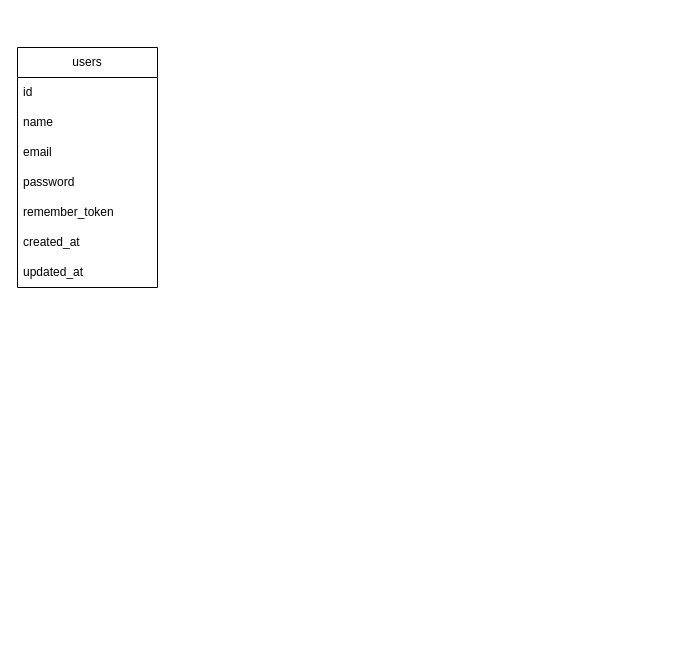
This is diagrams/Child Condition Share Application.drawio from DGarbs51/draw.io, a draw.io file, before an edit. Source tidied: cells renumbered, new cells numbered last; positions are measured from the earlier drawing's top-left corner, leaving out a move shared by most shapes. Both pictures are drawn from the tidied source at 100%, with x=0, y=0 at pixel (17, 47).
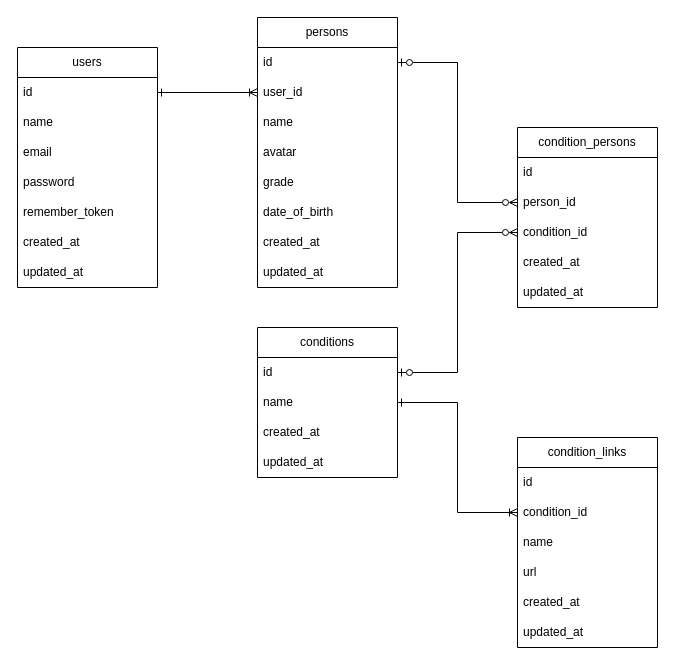
The same diagram, later.

Unchanged cells that the change refers to:
```xml
<mxCell id="3" value="id" style="text;strokeColor=none;fillColor=none;align=left;verticalAlign=middle;spacingLeft=4;spacingRight=4;overflow=hidden;points=[[0,0.5],[1,0.5]];portConstraint=eastwest;whiteSpace=wrap;html=1;" parent="2" vertex="1">
  <mxGeometry y="30" width="140" height="30" as="geometry" />
</mxCell>
```

The edit, as a diff of the source:
```diff
@@
+    <mxCell id="10" value="persons" style="swimlane;fontStyle=0;horizontal=1;startSize=30;whiteSpace=wrap;html=1;" parent="1" vertex="1">
+      <mxGeometry x="240" y="-30" width="140" height="270" as="geometry" />
+    </mxCell>
+    <mxCell id="11" value="id" style="text;strokeColor=none;fillColor=none;align=left;verticalAlign=middle;spacingLeft=4;spacingRight=4;overflow=hidden;points=[[0,0.5],[1,0.5]];portConstraint=eastwest;whiteSpace=wrap;html=1;" parent="10" vertex="1">
+      <mxGeometry y="30" width="140" height="30" as="geometry" />
+    </mxCell>
+    <mxCell id="12" value="user_id" style="text;strokeColor=none;fillColor=none;align=left;verticalAlign=middle;spacingLeft=4;spacingRight=4;overflow=hidden;points=[[0,0.5],[1,0.5]];portConstraint=eastwest;whiteSpace=wrap;html=1;" parent="10" vertex="1">
+      <mxGeometry y="60" width="140" height="30" as="geometry" />
+    </mxCell>
+    <mxCell id="13" value="name" style="text;strokeColor=none;fillColor=none;align=left;verticalAlign=middle;spacingLeft=4;spacingRight=4;overflow=hidden;whiteSpace=wrap;html=1;" parent="10" vertex="1">
+      <mxGeometry y="90" width="140" height="30" as="geometry" />
+    </mxCell>
+    <mxCell id="14" value="avatar" style="text;strokeColor=none;fillColor=none;align=left;verticalAlign=middle;spacingLeft=4;spacingRight=4;overflow=hidden;whiteSpace=wrap;html=1;" parent="10" vertex="1">
+      <mxGeometry y="120" width="140" height="30" as="geometry" />
+    </mxCell>
+    <mxCell id="15" value="grade" style="text;strokeColor=none;fillColor=none;align=left;verticalAlign=middle;spacingLeft=4;spacingRight=4;overflow=hidden;whiteSpace=wrap;html=1;" parent="10" vertex="1">
+      <mxGeometry y="150" width="140" height="30" as="geometry" />
+    </mxCell>
+    <mxCell id="16" value="date_of_birth" style="text;strokeColor=none;fillColor=none;align=left;verticalAlign=middle;spacingLeft=4;spacingRight=4;overflow=hidden;whiteSpace=wrap;html=1;" parent="10" vertex="1">
+      <mxGeometry y="180" width="140" height="30" as="geometry" />
+    </mxCell>
+    <mxCell id="17" value="created_at" style="text;strokeColor=none;fillColor=none;align=left;verticalAlign=middle;spacingLeft=4;spacingRight=4;overflow=hidden;whiteSpace=wrap;html=1;" parent="10" vertex="1">
+      <mxGeometry y="210" width="140" height="30" as="geometry" />
+    </mxCell>
+    <mxCell id="18" value="updated_at" style="text;strokeColor=none;fillColor=none;align=left;verticalAlign=middle;spacingLeft=4;spacingRight=4;overflow=hidden;whiteSpace=wrap;html=1;" parent="10" vertex="1">
+      <mxGeometry y="240" width="140" height="30" as="geometry" />
+    </mxCell>
+    <mxCell id="19" value="conditions" style="swimlane;fontStyle=0;horizontal=1;startSize=30;whiteSpace=wrap;html=1;" parent="1" vertex="1">
+      <mxGeometry x="240" y="280" width="140" height="150" as="geometry" />
+    </mxCell>
+    <mxCell id="20" value="id" style="text;strokeColor=none;fillColor=none;align=left;verticalAlign=middle;spacingLeft=4;spacingRight=4;overflow=hidden;points=[[0,0.5],[1,0.5]];portConstraint=eastwest;whiteSpace=wrap;html=1;" parent="19" vertex="1">
+      <mxGeometry y="30" width="140" height="30" as="geometry" />
+    </mxCell>
+    <mxCell id="21" value="name" style="text;strokeColor=none;fillColor=none;align=left;verticalAlign=middle;spacingLeft=4;spacingRight=4;overflow=hidden;points=[[0,0.5],[1,0.5]];portConstraint=eastwest;whiteSpace=wrap;html=1;" parent="19" vertex="1">
+      <mxGeometry y="60" width="140" height="30" as="geometry" />
+    </mxCell>
+    <mxCell id="22" value="created_at" style="text;strokeColor=none;fillColor=none;align=left;verticalAlign=middle;spacingLeft=4;spacingRight=4;overflow=hidden;whiteSpace=wrap;html=1;" parent="19" vertex="1">
+      <mxGeometry y="90" width="140" height="30" as="geometry" />
+    </mxCell>
+    <mxCell id="23" value="updated_at" style="text;strokeColor=none;fillColor=none;align=left;verticalAlign=middle;spacingLeft=4;spacingRight=4;overflow=hidden;whiteSpace=wrap;html=1;" parent="19" vertex="1">
+      <mxGeometry y="120" width="140" height="30" as="geometry" />
+    </mxCell>
+    <mxCell id="24" value="condition_persons" style="swimlane;fontStyle=0;horizontal=1;startSize=30;whiteSpace=wrap;html=1;" parent="1" vertex="1">
+      <mxGeometry x="500" y="80" width="140" height="180" as="geometry" />
+    </mxCell>
+    <mxCell id="25" value="id" style="text;strokeColor=none;fillColor=none;align=left;verticalAlign=middle;spacingLeft=4;spacingRight=4;overflow=hidden;whiteSpace=wrap;html=1;" parent="24" vertex="1">
+      <mxGeometry y="30" width="140" height="30" as="geometry" />
+    </mxCell>
+    <mxCell id="26" value="person_id" style="text;strokeColor=none;fillColor=none;align=left;verticalAlign=middle;spacingLeft=4;spacingRight=4;overflow=hidden;points=[[0,0.5],[1,0.5]];portConstraint=eastwest;whiteSpace=wrap;html=1;" parent="24" vertex="1">
+      <mxGeometry y="60" width="140" height="30" as="geometry" />
+    </mxCell>
+    <mxCell id="27" value="condition_id" style="text;strokeColor=none;fillColor=none;align=left;verticalAlign=middle;spacingLeft=4;spacingRight=4;overflow=hidden;points=[[0,0.5],[1,0.5]];portConstraint=eastwest;whiteSpace=wrap;html=1;" parent="24" vertex="1">
+      <mxGeometry y="90" width="140" height="30" as="geometry" />
+    </mxCell>
+    <mxCell id="28" value="created_at" style="text;strokeColor=none;fillColor=none;align=left;verticalAlign=middle;spacingLeft=4;spacingRight=4;overflow=hidden;whiteSpace=wrap;html=1;" parent="24" vertex="1">
+      <mxGeometry y="120" width="140" height="30" as="geometry" />
+    </mxCell>
+    <mxCell id="29" value="updated_at" style="text;strokeColor=none;fillColor=none;align=left;verticalAlign=middle;spacingLeft=4;spacingRight=4;overflow=hidden;whiteSpace=wrap;html=1;" parent="24" vertex="1">
+      <mxGeometry y="150" width="140" height="30" as="geometry" />
+    </mxCell>
+    <mxCell id="30" style="edgeStyle=orthogonalEdgeStyle;rounded=0;jettySize=auto;html=1;entryX=0;entryY=0.5;entryDx=0;entryDy=0;endArrow=ERoneToMany;endFill=0;startArrow=ERone;startFill=0;" parent="1" edge="1" source="3" target="12">
+      <mxGeometry relative="1" as="geometry" />
+    </mxCell>
+    <mxCell id="31" style="edgeStyle=orthogonalEdgeStyle;rounded=0;jettySize=auto;html=1;entryX=0;entryY=0.5;entryDx=0;entryDy=0;startArrow=ERzeroToOne;startFill=0;endArrow=ERzeroToMany;endFill=0;" parent="1" edge="1" source="20" target="27">
+      <mxGeometry relative="1" as="geometry" />
+    </mxCell>
+    <mxCell id="32" style="edgeStyle=orthogonalEdgeStyle;rounded=0;jettySize=auto;html=1;entryX=0;entryY=0.5;entryDx=0;entryDy=0;startArrow=ERzeroToOne;startFill=0;endArrow=ERzeroToMany;endFill=0;" parent="1" edge="1" source="11" target="26">
+      <mxGeometry relative="1" as="geometry" />
+    </mxCell>
+    <mxCell id="33" value="condition_links" style="swimlane;fontStyle=0;horizontal=1;startSize=30;whiteSpace=wrap;html=1;" parent="1" vertex="1">
+      <mxGeometry x="500" y="390" width="140" height="210" as="geometry" />
+    </mxCell>
+    <mxCell id="34" value="id" style="text;strokeColor=none;fillColor=none;align=left;verticalAlign=middle;spacingLeft=4;spacingRight=4;overflow=hidden;whiteSpace=wrap;html=1;" parent="33" vertex="1">
+      <mxGeometry y="30" width="140" height="30" as="geometry" />
+    </mxCell>
+    <mxCell id="35" value="condition_id" style="text;strokeColor=none;fillColor=none;align=left;verticalAlign=middle;spacingLeft=4;spacingRight=4;overflow=hidden;points=[[0,0.5],[1,0.5]];portConstraint=eastwest;whiteSpace=wrap;html=1;" parent="33" vertex="1">
+      <mxGeometry y="60" width="140" height="30" as="geometry" />
+    </mxCell>
+    <mxCell id="36" value="name" style="text;strokeColor=none;fillColor=none;align=left;verticalAlign=middle;spacingLeft=4;spacingRight=4;overflow=hidden;whiteSpace=wrap;html=1;" parent="33" vertex="1">
+      <mxGeometry y="90" width="140" height="30" as="geometry" />
+    </mxCell>
+    <mxCell id="37" value="url" style="text;strokeColor=none;fillColor=none;align=left;verticalAlign=middle;spacingLeft=4;spacingRight=4;overflow=hidden;whiteSpace=wrap;html=1;" parent="33" vertex="1">
+      <mxGeometry y="120" width="140" height="30" as="geometry" />
+    </mxCell>
+    <mxCell id="38" value="created_at" style="text;strokeColor=none;fillColor=none;align=left;verticalAlign=middle;spacingLeft=4;spacingRight=4;overflow=hidden;whiteSpace=wrap;html=1;" parent="33" vertex="1">
+      <mxGeometry y="150" width="140" height="30" as="geometry" />
+    </mxCell>
+    <mxCell id="39" value="updated_at" style="text;strokeColor=none;fillColor=none;align=left;verticalAlign=middle;spacingLeft=4;spacingRight=4;overflow=hidden;whiteSpace=wrap;html=1;" parent="33" vertex="1">
+      <mxGeometry y="180" width="140" height="30" as="geometry" />
+    </mxCell>
+    <mxCell id="40" style="edgeStyle=orthogonalEdgeStyle;rounded=0;jettySize=auto;html=1;exitX=1;exitY=0.5;exitDx=0;exitDy=0;entryX=0;entryY=0.5;entryDx=0;entryDy=0;startArrow=ERone;startFill=0;endArrow=ERoneToMany;endFill=0;" parent="1" edge="1" source="21" target="35">
+      <mxGeometry relative="1" as="geometry" />
+    </mxCell>
```
